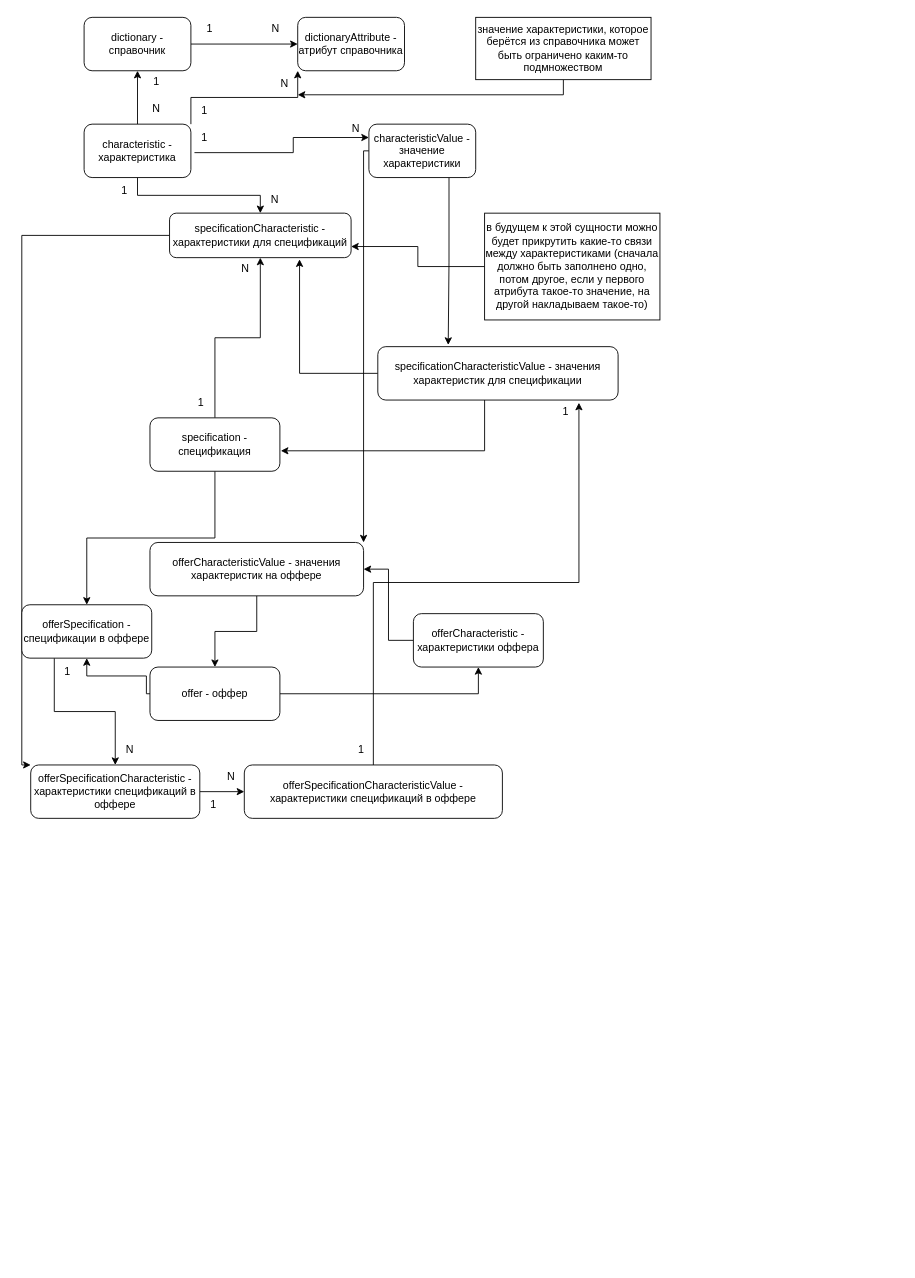
Before: prodat.drawio in estet90/todo, a draw.io diagram. Source tidied: cells renumbered, new cells numbered last; positions are measured from the earlier drawing's top-left corner, leaving out a move shared by most shapes. Both pictures are drawn from the tidied source at 89%, with x=0, y=0 at pixel (21, 15).
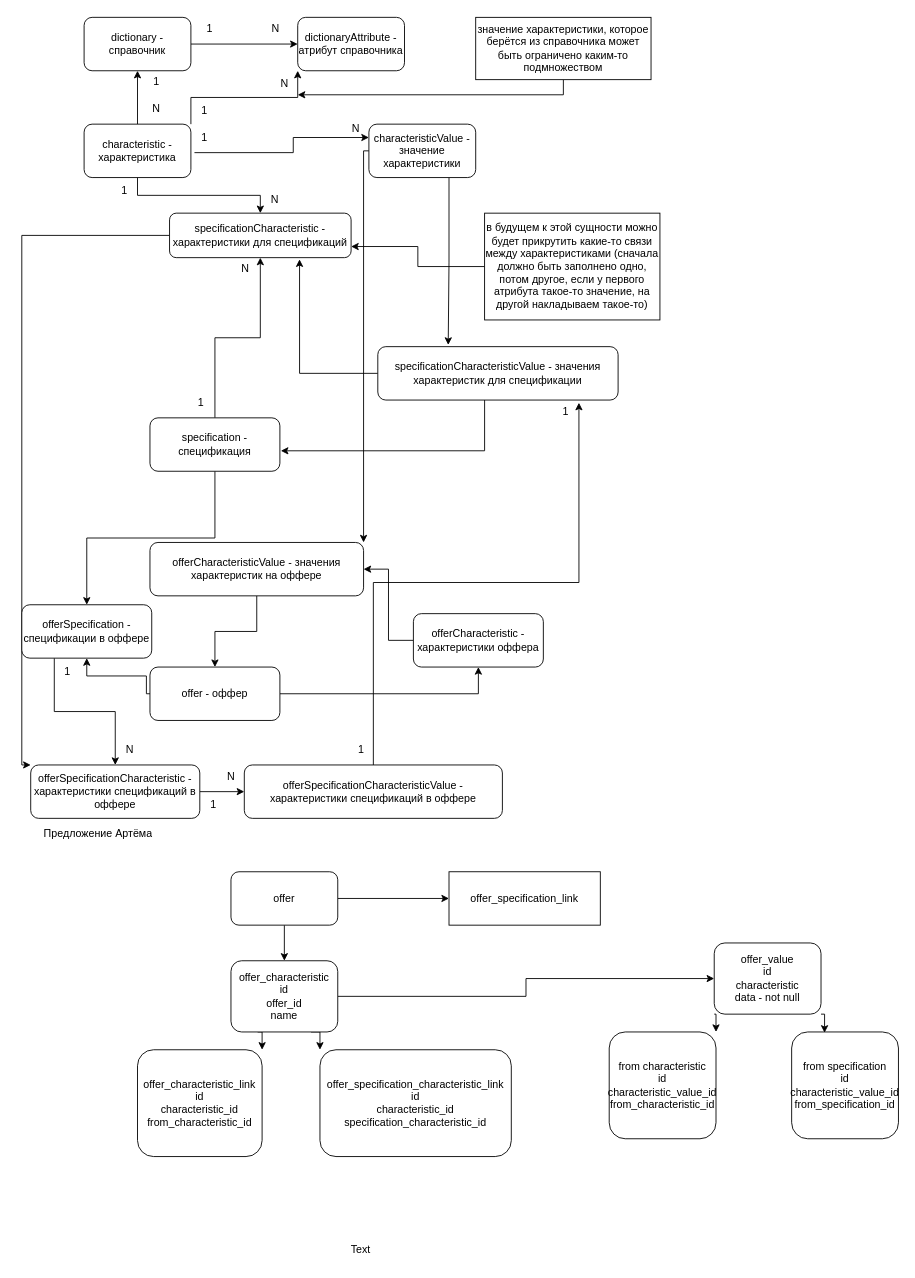
After the change.

Change to the diagram source:
```diff
@@
+    <mxCell id="56" style="edgeStyle=orthogonalEdgeStyle;rounded=0;jettySize=auto;html=1;exitX=0.5;exitY=1;exitDx=0;exitDy=0;entryX=0.5;entryY=0;entryDx=0;entryDy=0;" parent="1" edge="1" source="58" target="62">
+      <mxGeometry relative="1" as="geometry" />
+    </mxCell>
+    <mxCell id="57" style="edgeStyle=orthogonalEdgeStyle;rounded=0;jettySize=auto;html=1;exitX=1;exitY=0.5;exitDx=0;exitDy=0;entryX=0;entryY=0.5;entryDx=0;entryDy=0;" parent="1" edge="1" source="58" target="72">
+      <mxGeometry relative="1" as="geometry" />
+    </mxCell>
+    <mxCell id="58" value="offer" style="rounded=1;whiteSpace=wrap;html=1;" parent="1" vertex="1">
+      <mxGeometry x="235" y="962" width="120" height="60" as="geometry" />
+    </mxCell>
+    <mxCell id="59" style="edgeStyle=orthogonalEdgeStyle;rounded=0;jettySize=auto;html=1;exitX=0.25;exitY=1;exitDx=0;exitDy=0;entryX=1;entryY=0;entryDx=0;entryDy=0;" parent="1" edge="1" source="62" target="63">
+      <mxGeometry relative="1" as="geometry" />
+    </mxCell>
+    <mxCell id="60" style="edgeStyle=orthogonalEdgeStyle;rounded=0;jettySize=auto;html=1;exitX=0.75;exitY=1;exitDx=0;exitDy=0;entryX=0;entryY=0;entryDx=0;entryDy=0;" parent="1" edge="1" source="62" target="64">
+      <mxGeometry relative="1" as="geometry" />
+    </mxCell>
+    <mxCell id="61" style="edgeStyle=orthogonalEdgeStyle;rounded=0;jettySize=auto;html=1;entryX=0;entryY=0.5;entryDx=0;entryDy=0;" parent="1" edge="1" source="62" target="68">
+      <mxGeometry relative="1" as="geometry" />
+    </mxCell>
+    <mxCell id="62" value="&lt;div&gt;offer_characteristic&lt;/div&gt;&lt;div&gt;id&lt;br&gt;&lt;/div&gt;&lt;div&gt;offer_id&lt;/div&gt;&lt;div&gt;name&lt;br&gt;&lt;/div&gt;" style="rounded=1;whiteSpace=wrap;html=1;" parent="1" vertex="1">
+      <mxGeometry x="235" y="1062" width="120" height="80" as="geometry" />
+    </mxCell>
+    <mxCell id="63" value="&lt;div&gt;offer_characteristic_link&lt;/div&gt;&lt;div&gt;id&lt;/div&gt;&lt;div&gt;characteristic_id&lt;/div&gt;&lt;div&gt;from_characteristic_id&lt;/div&gt;" style="rounded=1;whiteSpace=wrap;html=1;" parent="1" vertex="1">
+      <mxGeometry x="130" y="1162" width="140" height="120" as="geometry" />
+    </mxCell>
+    <mxCell id="64" value="&lt;div&gt;offer_specification_characteristic_link&lt;div&gt;id&lt;/div&gt;&lt;div&gt;characteristic_id&lt;/div&gt;&lt;div&gt;specification_characteristic_id&lt;/div&gt;&lt;/div&gt;" style="rounded=1;whiteSpace=wrap;html=1;" parent="1" vertex="1">
+      <mxGeometry x="335" y="1162" width="215" height="120" as="geometry" />
+    </mxCell>
+    <mxCell id="65" value="Предложение Артёма" style="text;html=1;strokeColor=none;fillColor=none;spacing=5;spacingTop=-20;whiteSpace=wrap;overflow=hidden;rounded=0;" parent="1" vertex="1">
+      <mxGeometry x="20" y="922" width="190" height="120" as="geometry" />
+    </mxCell>
+    <mxCell id="66" style="edgeStyle=orthogonalEdgeStyle;rounded=0;jettySize=auto;html=1;exitX=0;exitY=1;exitDx=0;exitDy=0;entryX=1;entryY=0;entryDx=0;entryDy=0;" parent="1" edge="1" source="68" target="69">
+      <mxGeometry relative="1" as="geometry" />
+    </mxCell>
+    <mxCell id="67" style="edgeStyle=orthogonalEdgeStyle;rounded=0;jettySize=auto;html=1;exitX=1;exitY=1;exitDx=0;exitDy=0;entryX=0.308;entryY=0.008;entryDx=0;entryDy=0;entryPerimeter=0;" parent="1" edge="1" source="68" target="70">
+      <mxGeometry relative="1" as="geometry" />
+    </mxCell>
+    <mxCell id="68" value="&lt;div&gt;offer_value&lt;/div&gt;&lt;div&gt;id&lt;br&gt;&lt;/div&gt;&lt;div&gt;characteristic&lt;/div&gt;&lt;div&gt;data - not null&lt;br&gt;&lt;/div&gt;" style="rounded=1;whiteSpace=wrap;html=1;" parent="1" vertex="1">
+      <mxGeometry x="778" y="1042" width="120" height="80" as="geometry" />
+    </mxCell>
+    <mxCell id="69" value="&lt;div&gt;from characteristic&lt;/div&gt;&lt;div&gt;id&lt;/div&gt;&lt;div&gt;characteristic_value_id&lt;/div&gt;&lt;div&gt;from_characteristic_id&lt;/div&gt;" style="rounded=1;whiteSpace=wrap;html=1;" parent="1" vertex="1">
+      <mxGeometry x="660" y="1142" width="120" height="120" as="geometry" />
+    </mxCell>
+    <mxCell id="70" value="&lt;div&gt;from specification&lt;div&gt;id&lt;/div&gt;&lt;div&gt;characteristic_value_id&lt;/div&gt;&lt;div&gt;from_specification_id&lt;/div&gt;&lt;/div&gt;" style="rounded=1;whiteSpace=wrap;html=1;" parent="1" vertex="1">
+      <mxGeometry x="865" y="1142" width="120" height="120" as="geometry" />
+    </mxCell>
+    <mxCell id="71" value="Text" style="text;html=1;strokeColor=none;fillColor=none;align=center;verticalAlign=middle;whiteSpace=wrap;rounded=0;" parent="1" vertex="1">
+      <mxGeometry x="351" y="1372" width="60" height="30" as="geometry" />
+    </mxCell>
+    <mxCell id="72" value="offer_specification_link" style="rounded=0;whiteSpace=wrap;html=1;" parent="1" vertex="1">
+      <mxGeometry x="480" y="962" width="170" height="60" as="geometry" />
+    </mxCell>
```
